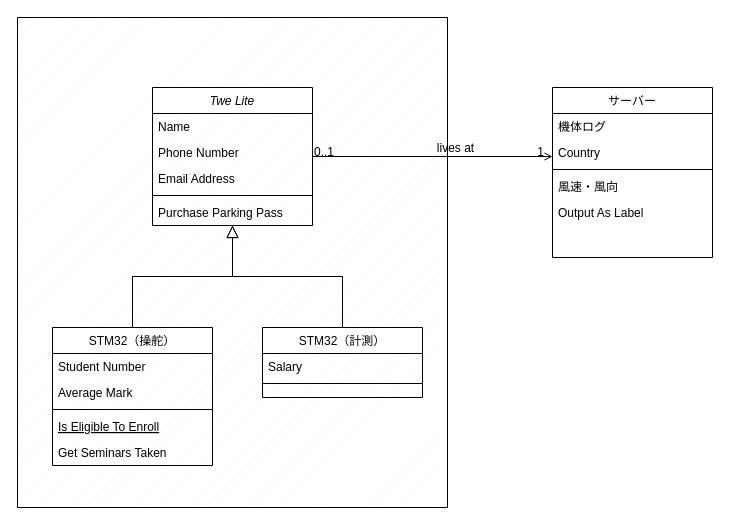
Above: 名称未設定ファイル.drawio in 21km43/drawio (draw.io), before the change. Source tidied: cells renumbered, new cells numbered last; positions are measured from the earlier drawing's top-left corner, leaving out a move shared by most shapes. Both pictures are drawn from the tidied source at 100%, with x=0, y=0 at pixel (17, 17).
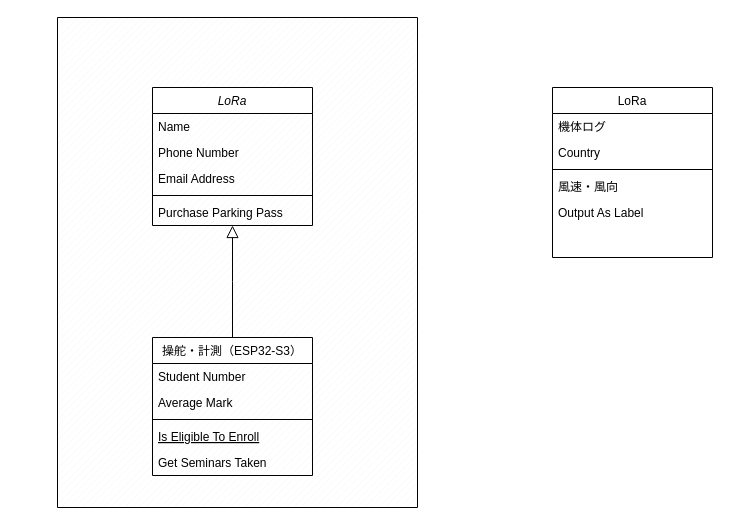
Above is the later version.

Commit message (it also covers changes not shown here):
名称未設定ファイル.drawio を更新します

What changed in the source:
```diff
@@
     <mxCell id="2" style="verticalLabelPosition=bottom;verticalAlign=top;html=1;shape=mxgraph.basic.patternFillRect;fillStyle=diag;step=5;fillStrokeWidth=0.2;fillStrokeColor=#dddddd;" parent="1" vertex="1">
-      <mxGeometry width="430" height="490" as="geometry" />
+      <mxGeometry x="40" width="360" height="490" as="geometry" />
     </mxCell>
-    <mxCell id="3" value="Twe Lite" style="swimlane;fontStyle=2;align=center;verticalAlign=top;horizontal=1;startSize=26;rounded=0;shadow=0;strokeWidth=1;" parent="1" vertex="1">
+    <mxCell id="3" value="LoRa" style="swimlane;fontStyle=2;align=center;verticalAlign=top;horizontal=1;startSize=26;rounded=0;shadow=0;strokeWidth=1;" parent="1" vertex="1">
       <mxGeometry x="135" y="70" width="160" height="138" as="geometry" />
     </mxCell>
@@
-    <mxCell id="9" value="STM32（操舵）" style="swimlane;fontStyle=0;align=center;verticalAlign=top;horizontal=1;startSize=26;rounded=0;shadow=0;strokeWidth=1;" parent="1" vertex="1">
-      <mxGeometry x="35" y="310" width="160" height="138" as="geometry" />
+    <mxCell id="9" value="操舵・計測（ESP32-S3）" style="swimlane;fontStyle=0;align=center;verticalAlign=top;horizontal=1;startSize=26;rounded=0;shadow=0;strokeWidth=1;" parent="1" vertex="1">
+      <mxGeometry x="135" y="320" width="160" height="138" as="geometry" />
     </mxCell>
@@
-    <mxCell id="16" value="STM32（計測）" style="swimlane;fontStyle=0;align=center;verticalAlign=top;horizontal=1;startSize=26;rounded=0;shadow=0;strokeWidth=1;" parent="1" vertex="1">
-      <mxGeometry x="245" y="310" width="160" height="70" as="geometry" />
-    </mxCell>
-    <mxCell id="17" value="Salary" style="text;align=left;verticalAlign=top;spacingLeft=4;spacingRight=4;overflow=hidden;" parent="16" vertex="1">
-      <mxGeometry y="26" width="160" height="26" as="geometry" />
-    </mxCell>
-    <mxCell id="18" style="line;html=1;strokeWidth=1;align=left;verticalAlign=middle;spacingTop=-1;spacingLeft=3;spacingRight=3;labelPosition=right;" parent="16" vertex="1">
-      <mxGeometry y="52" width="160" height="8" as="geometry" />
-    </mxCell>
-    <mxCell id="19" style="endArrow=block;endSize=10;endFill=0;shadow=0;strokeWidth=1;rounded=0;curved=0;edgeStyle=elbowEdgeStyle;elbow=vertical;" parent="1" edge="1" source="16" target="3">
-      <mxGeometry relative="1" as="geometry" />
-    </mxCell>
-    <mxCell id="20" value="サーバー" style="swimlane;fontStyle=0;align=center;verticalAlign=top;horizontal=1;startSize=26;rounded=0;shadow=0;strokeWidth=1;" parent="1" vertex="1">
+    <mxCell id="20" value="LoRa" style="swimlane;fontStyle=0;align=center;verticalAlign=top;horizontal=1;startSize=26;rounded=0;shadow=0;strokeWidth=1;" parent="1" vertex="1">
       <mxGeometry x="535" y="70" width="160" height="170" as="geometry" />
     </mxCell>
@@
-    <mxCell id="26" style="endArrow=open;shadow=0;strokeWidth=1;rounded=0;curved=0;endFill=1;edgeStyle=elbowEdgeStyle;elbow=vertical;" parent="1" edge="1" source="3" target="20">
-      <mxGeometry x="0.5" y="41" relative="1" as="geometry">
-        <mxPoint x="-40" y="32" as="offset" />
-      </mxGeometry>
-    </mxCell>
-    <mxCell id="27" value="0..1" style="align=left;verticalAlign=bottom;labelBackgroundColor=none;fontSize=12;" parent="26" vertex="1">
-      <mxGeometry x="-1" relative="1" as="geometry">
-        <mxPoint y="4" as="offset" />
-      </mxGeometry>
-    </mxCell>
-    <mxCell id="28" value="1" style="align=right;verticalAlign=bottom;labelBackgroundColor=none;fontSize=12;" parent="26" vertex="1">
-      <mxGeometry x="1" relative="1" as="geometry">
-        <mxPoint x="-7" y="4" as="offset" />
-      </mxGeometry>
-    </mxCell>
-    <mxCell id="29" value="lives at" style="text;html=1;align=center;verticalAlign=middle;labelBackgroundColor=none;rounded=0;shadow=0;strokeWidth=1;fontSize=12;" parent="26" vertex="1">
-      <mxGeometry x="0.5" y="49" relative="1" as="geometry">
-        <mxPoint x="-38" y="40" as="offset" />
-      </mxGeometry>
-    </mxCell>
```
